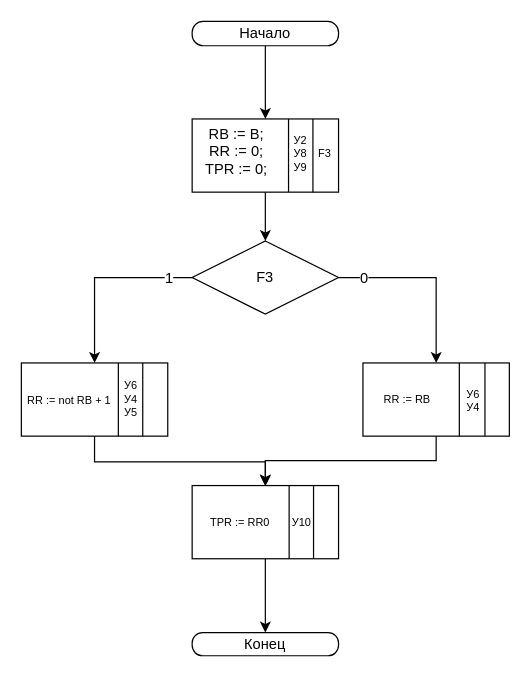
This is draw.io/microOp2Diagram.drawio from meyakovenkoj/processor-coursework, a draw.io file, before an edit. Source tidied: cells renumbered, new cells numbered last; positions are measured from the earlier drawing's top-left corner, leaving out a move shared by most shapes. Both pictures are drawn from the tidied source at 122%, with x=0, y=0 at pixel (21, 21).
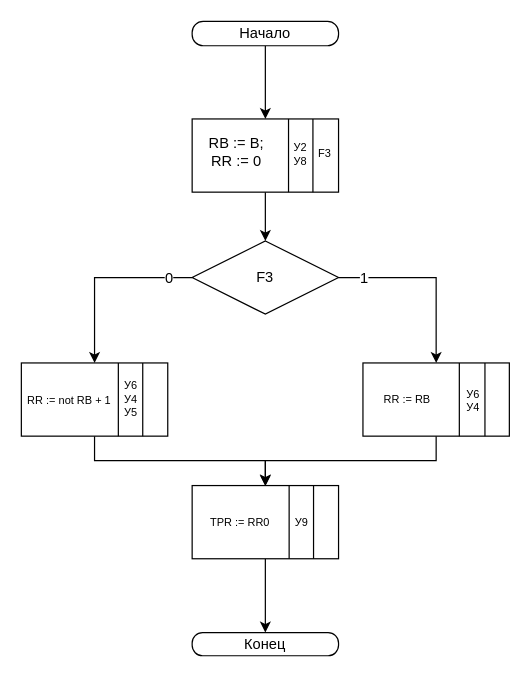
The same page after the edit.

Unchanged cells that the change refers to:
```xml
<mxCell id="12" style="edgeStyle=orthogonalEdgeStyle;rounded=0;jettySize=auto;html=1;exitX=0;exitY=0.5;exitDx=0;exitDy=0;entryX=0.5;entryY=0;entryDx=0;entryDy=0;" parent="1" edge="1" source="16" target="23">
  <mxGeometry relative="1" as="geometry">
    <Array as="points">
      <mxPoint x="60" y="210" />
    </Array>
  </mxGeometry>
</mxCell>
<mxCell id="14" style="edgeStyle=orthogonalEdgeStyle;rounded=0;jettySize=auto;html=1;exitX=1;exitY=0.5;exitDx=0;exitDy=0;jumpSize=6;entryX=0.5;entryY=0;entryDx=0;entryDy=0;" parent="1" edge="1" source="16" target="18">
  <mxGeometry relative="1" as="geometry">
    <Array as="points">
      <mxPoint x="340" y="210" />
    </Array>
  </mxGeometry>
</mxCell>
<mxCell id="23" style="rounded=0;whiteSpace=wrap;html=1;" parent="1" vertex="1">
  <mxGeometry y="280" width="120" height="60" as="geometry" />
</mxCell>
```

Diff of the diagram source:
```diff
@@
-    <mxCell id="9" value="RB := B;&lt;br&gt;RR := 0;&lt;br&gt;TPR := 0;" style="text;html=1;strokeColor=none;fillColor=none;align=center;verticalAlign=middle;whiteSpace=wrap;rounded=0;" parent="1" vertex="1">
+    <mxCell id="9" value="RB := B;&lt;br&gt;RR := 0" style="text;html=1;strokeColor=none;fillColor=none;align=center;verticalAlign=middle;whiteSpace=wrap;rounded=0;" parent="1" vertex="1">
       <mxGeometry x="140" y="83" width="73" height="48" as="geometry" />
     </mxCell>
-    <mxCell id="10" value="У2&lt;br&gt;У8&lt;br&gt;У9" style="text;html=1;strokeColor=none;fillColor=none;align=center;verticalAlign=middle;whiteSpace=wrap;rounded=0;fontSize=9;" parent="1" vertex="1">
+    <mxCell id="10" value="У2&lt;br&gt;&lt;div&gt;У8&lt;/div&gt;" style="text;html=1;strokeColor=none;fillColor=none;align=center;verticalAlign=middle;whiteSpace=wrap;rounded=0;fontSize=9;" parent="1" vertex="1">
       <mxGeometry x="224" y="99" width="10" height="20" as="geometry" />
     </mxCell>
@@
-    <mxCell id="13" value="1" style="text;html=1;align=center;verticalAlign=middle;labelBackgroundColor=#ffffff;" parent="12" vertex="1">
+    <mxCell id="13" value="0" style="text;html=1;align=center;verticalAlign=middle;labelBackgroundColor=#ffffff;" parent="12" vertex="1">
       <mxGeometry x="-0.51" y="1" relative="1" as="geometry">
         <mxPoint x="17" y="-1" as="offset" />
       </mxGeometry>
     </mxCell>
@@
-    <mxCell id="15" value="0" style="text;html=1;align=center;verticalAlign=middle;labelBackgroundColor=#ffffff;" parent="14" vertex="1">
+    <mxCell id="15" value="1" style="text;html=1;align=center;verticalAlign=middle;labelBackgroundColor=#ffffff;" parent="14" vertex="1">
       <mxGeometry x="0.15" relative="1" as="geometry">
         <mxPoint x="-60" y="-6" as="offset" />
       </mxGeometry>
     </mxCell>
@@
     <mxCell id="22" style="edgeStyle=orthogonalEdgeStyle;rounded=0;jettySize=auto;html=1;fontSize=11;" parent="1" edge="1" source="23">
       <mxGeometry relative="1" as="geometry">
         <mxPoint x="200" y="381" as="targetPoint" />
         <Array as="points">
-          <mxPoint x="60" y="361" />
-          <mxPoint x="200" y="361" />
+          <mxPoint x="60" y="360" />
+          <mxPoint x="200" y="360" />
         </Array>
       </mxGeometry>
     </mxCell>
@@
-    <mxCell id="33" value="У10" style="text;html=1;strokeColor=none;fillColor=none;align=center;verticalAlign=middle;whiteSpace=wrap;rounded=0;fontSize=9;" parent="1" vertex="1">
+    <mxCell id="33" value="У9" style="text;html=1;strokeColor=none;fillColor=none;align=center;verticalAlign=middle;whiteSpace=wrap;rounded=0;fontSize=9;" parent="1" vertex="1">
       <mxGeometry x="225" y="400.5" width="10" height="20" as="geometry" />
     </mxCell>
```
